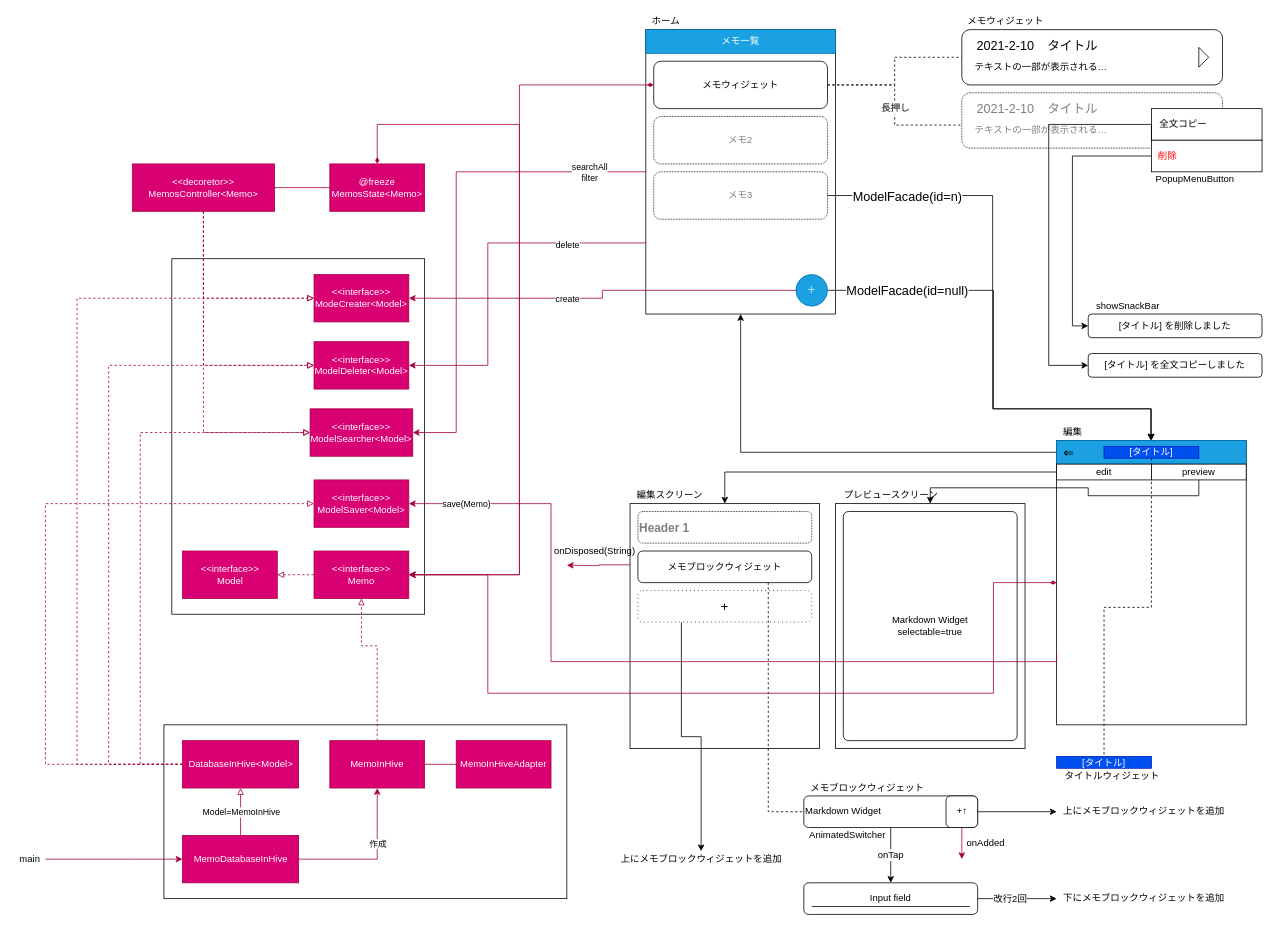
SakumaTakuya/chat_like_markup keeps this draw.io diagram as screen.dio. Above is the earlier version. Source tidied: cells renumbered, new cells numbered last; positions are measured from the earlier drawing's top-left corner, leaving out a move shared by most shapes. Both pictures are drawn from the tidied source at 79%, with x=0, y=0 at pixel (13, 13).
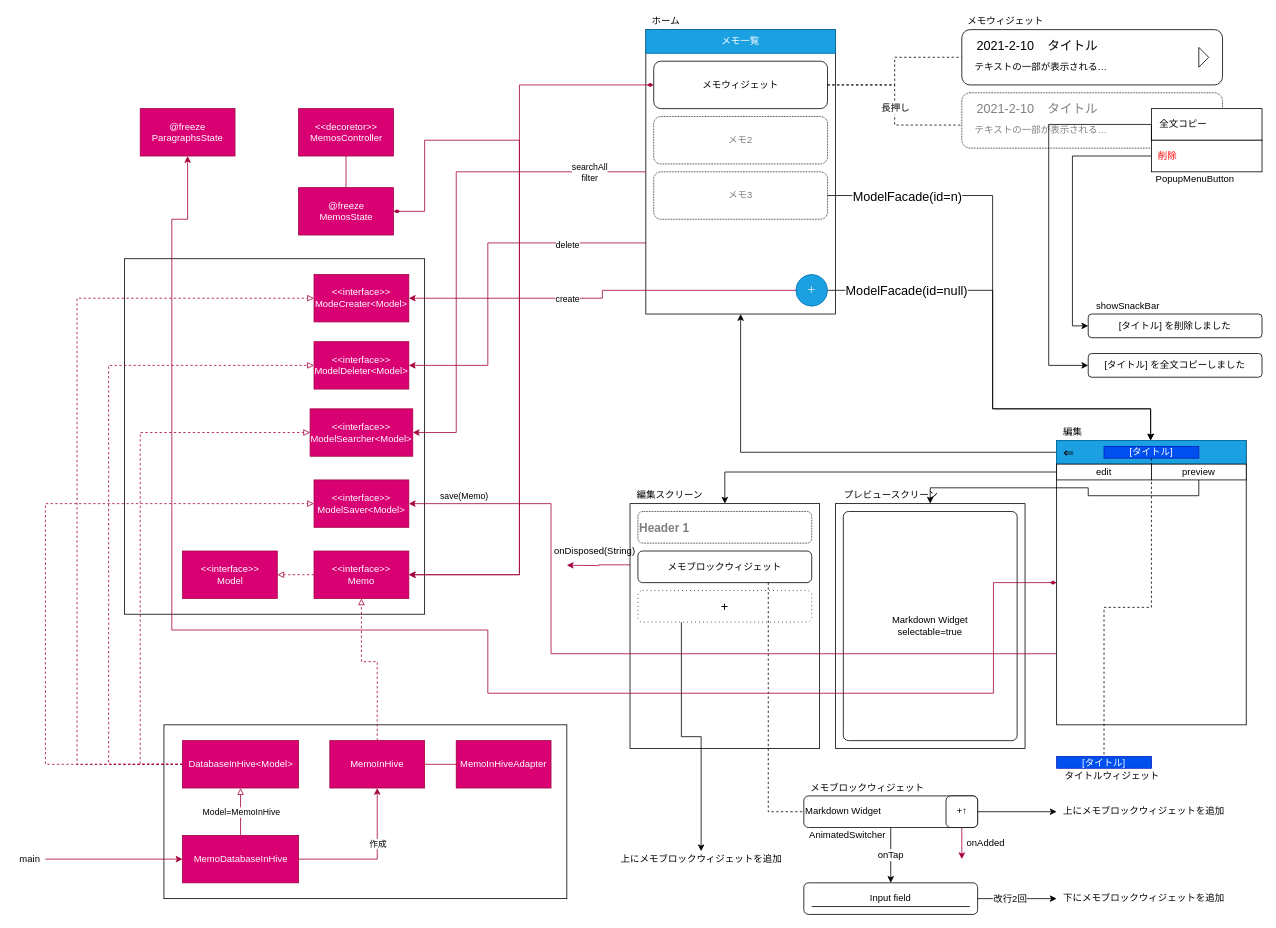
The same page after the edit.

The change refers to these unchanged cells:
```xml
<mxCell id="24" value="＋" style="ellipse;whiteSpace=wrap;html=1;fillColor=#1ba1e2;strokeColor=#006EAF;fontColor=#ffffff;" parent="1" vertex="1">
  <mxGeometry x="990" y="330" width="40" height="40" as="geometry" />
</mxCell>
<mxCell id="45" style="rounded=0;whiteSpace=wrap;html=1;" parent="1" vertex="1">
  <mxGeometry x="1320" y="540" width="240" height="360" as="geometry" />
</mxCell>
<mxCell id="46" style="rounded=0;whiteSpace=wrap;html=1;fillColor=#1ba1e2;strokeColor=#006EAF;fontColor=#ffffff;" parent="1" vertex="1">
  <mxGeometry x="1320" y="540" width="240" height="30" as="geometry" />
</mxCell>
<mxCell id="81" value="&amp;lt;&amp;lt;interface&amp;gt;&amp;gt;&lt;br&gt;Memo" style="rounded=0;whiteSpace=wrap;html=1;fillColor=#d80073;strokeColor=#A50040;fontColor=#ffffff;" parent="1" vertex="1">
  <mxGeometry x="380" y="680" width="120" height="60" as="geometry" />
</mxCell>
<mxCell id="89" value="MemoInHive" style="rounded=0;whiteSpace=wrap;html=1;fillColor=#d80073;strokeColor=#A50040;fontColor=#ffffff;" parent="1" vertex="1">
  <mxGeometry x="400" y="920" width="120" height="60" as="geometry" />
</mxCell>
<mxCell id="93" value="&amp;lt;&amp;lt;interface&amp;gt;&amp;gt;&lt;br&gt;ModelSaver&amp;lt;Model&amp;gt;" style="rounded=0;whiteSpace=wrap;html=1;fillColor=#d80073;strokeColor=#A50040;fontColor=#ffffff;" parent="1" vertex="1">
  <mxGeometry x="380" y="590" width="120" height="60" as="geometry" />
</mxCell>
<mxCell id="94" value="&amp;lt;&amp;lt;interface&amp;gt;&amp;gt;&lt;br&gt;ModelSearcher&amp;lt;Model&amp;gt;" style="rounded=0;whiteSpace=wrap;html=1;fillColor=#d80073;strokeColor=#A50040;fontColor=#ffffff;" parent="1" vertex="1">
  <mxGeometry x="375" y="500" width="130" height="60" as="geometry" />
</mxCell>
<mxCell id="98" value="&amp;lt;&amp;lt;interface&amp;gt;&amp;gt;&lt;br&gt;ModelDeleter&amp;lt;Model&amp;gt;" style="rounded=0;whiteSpace=wrap;html=1;fillColor=#d80073;strokeColor=#A50040;fontColor=#ffffff;" parent="1" vertex="1">
  <mxGeometry x="380" y="415" width="120" height="60" as="geometry" />
</mxCell>
<mxCell id="108" value="&amp;lt;&amp;lt;interface&amp;gt;&amp;gt;&lt;br&gt;ModeCreater&amp;lt;Model&amp;gt;" style="rounded=0;whiteSpace=wrap;html=1;fillColor=#d80073;strokeColor=#A50040;fontColor=#ffffff;" parent="1" vertex="1">
  <mxGeometry x="380" y="330" width="120" height="60" as="geometry" />
</mxCell>
```

Change to the diagram source:
```diff
@@
     <mxCell id="3" style="rounded=0;whiteSpace=wrap;html=1;fillColor=none;" parent="1" vertex="1">
-      <mxGeometry x="200" y="310" width="320" height="450" as="geometry" />
+      <mxGeometry x="140" y="310" width="380" height="450" as="geometry" />
     </mxCell>
@@
-    <mxCell id="22" style="edgeStyle=orthogonalEdgeStyle;rounded=0;jettySize=auto;html=1;exitX=1;exitY=0.5;exitDx=0;exitDy=0;entryX=0.5;entryY=0;entryDx=0;entryDy=0;endArrow=classic;endFill=1;fontSize=16;" parent="1" edge="1" source="24" target="46">
+    <mxCell id="22" style="edgeStyle=orthogonalEdgeStyle;rounded=0;orthogonalLoop=1;jettySize=auto;html=1;exitX=1;exitY=0.5;exitDx=0;exitDy=0;entryX=0.5;entryY=0;entryDx=0;entryDy=0;endArrow=classic;endFill=1;fontSize=16;" parent="1" edge="1">
       <mxGeometry relative="1" as="geometry">
+        <mxPoint x="1029" y="350" as="sourcePoint" />
+        <mxPoint x="1439" y="540" as="targetPoint" />
         <Array as="points">
-          <mxPoint x="1240" y="350" />
-          <mxPoint x="1240" y="500" />
-          <mxPoint x="1440" y="500" />
+          <mxPoint x="1239" y="350" />
+          <mxPoint x="1239" y="500" />
+          <mxPoint x="1439" y="500" />
         </Array>
       </mxGeometry>
     </mxCell>
@@
     <mxCell id="82" style="edgeStyle=orthogonalEdgeStyle;rounded=0;jettySize=auto;html=1;exitX=0;exitY=0.75;exitDx=0;exitDy=0;entryX=1;entryY=0.5;entryDx=0;entryDy=0;startArrow=none;startFill=0;endArrow=classic;endFill=1;fillColor=#d80073;strokeColor=#A50040;" parent="1" edge="1" source="45" target="93">
       <mxGeometry relative="1" as="geometry">
         <Array as="points">
-          <mxPoint x="1320" y="820" />
-          <mxPoint x="680" y="820" />
+          <mxPoint x="680" y="810" />
           <mxPoint x="680" y="620" />
         </Array>
       </mxGeometry>
     </mxCell>
@@
     <mxCell id="87" style="edgeStyle=orthogonalEdgeStyle;rounded=0;jettySize=auto;html=1;exitX=0.5;exitY=0;exitDx=0;exitDy=0;entryX=0.5;entryY=1;entryDx=0;entryDy=0;startArrow=none;startFill=0;endArrow=block;endFill=0;dashed=1;fillColor=#d80073;strokeColor=#A50040;" parent="1" edge="1" source="89" target="81">
       <mxGeometry relative="1" as="geometry">
         <Array as="points">
-          <mxPoint x="460" y="800" />
-          <mxPoint x="440" y="800" />
+          <mxPoint x="460" y="820" />
+          <mxPoint x="440" y="820" />
         </Array>
       </mxGeometry>
     </mxCell>
@@
-    <mxCell id="96" style="edgeStyle=orthogonalEdgeStyle;rounded=0;jettySize=auto;html=1;startArrow=diamondThin;startFill=1;endArrow=classic;endFill=1;fillColor=#d80073;strokeColor=#A50040;exitX=0;exitY=0.5;exitDx=0;exitDy=0;entryX=1;entryY=0.5;entryDx=0;entryDy=0;" parent="1" edge="1" source="45" target="81">
+    <mxCell id="96" style="edgeStyle=orthogonalEdgeStyle;rounded=0;jettySize=auto;html=1;startArrow=diamondThin;startFill=1;endArrow=classic;endFill=1;fillColor=#d80073;strokeColor=#A50040;exitX=0;exitY=0.5;exitDx=0;exitDy=0;entryX=0.5;entryY=1;entryDx=0;entryDy=0;" parent="1" edge="1" source="45" target="119">
       <mxGeometry relative="1" as="geometry">
         <Array as="points">
           <mxPoint x="1240" y="720" />
           <mxPoint x="1240" y="860" />
           <mxPoint x="600" y="860" />
-          <mxPoint x="600" y="710" />
+          <mxPoint x="600" y="780" />
+          <mxPoint x="200" y="780" />
+          <mxPoint x="200" y="260" />
+          <mxPoint x="220" y="260" />
         </Array>
       </mxGeometry>
     </mxCell>
@@
-    <mxCell id="112" style="edgeStyle=orthogonalEdgeStyle;rounded=0;jettySize=auto;html=1;exitX=0.5;exitY=1;exitDx=0;exitDy=0;entryX=0;entryY=0.5;entryDx=0;entryDy=0;dashed=1;endArrow=block;endFill=0;fillColor=#d80073;strokeColor=#A50040;" parent="1" edge="1" source="116" target="108">
-      <mxGeometry relative="1" as="geometry" />
-    </mxCell>
-    <mxCell id="113" style="edgeStyle=orthogonalEdgeStyle;rounded=0;jettySize=auto;html=1;exitX=0.5;exitY=1;exitDx=0;exitDy=0;entryX=0;entryY=0.5;entryDx=0;entryDy=0;dashed=1;endArrow=block;endFill=0;fillColor=#d80073;strokeColor=#A50040;" parent="1" edge="1" source="116" target="98">
-      <mxGeometry relative="1" as="geometry" />
-    </mxCell>
-    <mxCell id="114" style="edgeStyle=orthogonalEdgeStyle;rounded=0;jettySize=auto;html=1;exitX=0.5;exitY=1;exitDx=0;exitDy=0;entryX=0;entryY=0.5;entryDx=0;entryDy=0;dashed=1;endArrow=block;endFill=0;fillColor=#d80073;strokeColor=#A50040;" parent="1" edge="1" source="116" target="94">
-      <mxGeometry relative="1" as="geometry" />
-    </mxCell>
-    <mxCell id="115" style="edgeStyle=orthogonalEdgeStyle;rounded=0;jettySize=auto;html=1;exitX=1;exitY=0.5;exitDx=0;exitDy=0;endArrow=none;endFill=0;fillColor=#d80073;strokeColor=#A50040;" parent="1" edge="1" source="116" target="118">
+    <mxCell id="115" style="edgeStyle=orthogonalEdgeStyle;rounded=0;jettySize=auto;html=1;exitX=0.5;exitY=1;exitDx=0;exitDy=0;endArrow=none;endFill=0;fillColor=#d80073;strokeColor=#A50040;" parent="1" edge="1" source="116" target="118">
       <mxGeometry relative="1" as="geometry" />
     </mxCell>
-    <mxCell id="116" value="&amp;lt;&amp;lt;decoretor&amp;gt;&amp;gt;&lt;br&gt;MemosController&amp;lt;Memo&amp;gt;" style="rounded=0;whiteSpace=wrap;html=1;fillColor=#d80073;strokeColor=#A50040;fontColor=#ffffff;" parent="1" vertex="1">
-      <mxGeometry x="150" y="190" width="180" height="60" as="geometry" />
+    <mxCell id="116" value="&amp;lt;&amp;lt;decoretor&amp;gt;&amp;gt;&lt;br&gt;MemosController" style="rounded=0;whiteSpace=wrap;html=1;fillColor=#d80073;strokeColor=#A50040;fontColor=#ffffff;" parent="1" vertex="1">
+      <mxGeometry x="360.5" y="120" width="120" height="60" as="geometry" />
     </mxCell>
-    <mxCell id="117" style="edgeStyle=orthogonalEdgeStyle;rounded=0;jettySize=auto;html=1;exitX=0.5;exitY=0;exitDx=0;exitDy=0;entryX=1;entryY=0.5;entryDx=0;entryDy=0;endArrow=classic;endFill=1;fillColor=#d80073;strokeColor=#A50040;startArrow=diamondThin;startFill=1;" parent="1" edge="1" source="118" target="81">
+    <mxCell id="117" style="edgeStyle=orthogonalEdgeStyle;rounded=0;jettySize=auto;html=1;exitX=1;exitY=0.5;exitDx=0;exitDy=0;entryX=1;entryY=0.5;entryDx=0;entryDy=0;endArrow=classic;endFill=1;fillColor=#d80073;strokeColor=#A50040;startArrow=diamondThin;startFill=1;" parent="1" edge="1" source="118" target="81">
       <mxGeometry relative="1" as="geometry">
         <Array as="points">
-          <mxPoint x="460" y="140" />
-          <mxPoint x="640" y="140" />
+          <mxPoint x="520" y="250" />
+          <mxPoint x="520" y="160" />
+          <mxPoint x="640" y="160" />
           <mxPoint x="640" y="710" />
         </Array>
       </mxGeometry>
     </mxCell>
-    <mxCell id="118" value="@freeze&lt;br&gt;MemosState&amp;lt;Memo&amp;gt;" style="rounded=0;whiteSpace=wrap;html=1;fillColor=#d80073;strokeColor=#A50040;fontColor=#ffffff;" parent="1" vertex="1">
-      <mxGeometry x="400" y="190" width="120" height="60" as="geometry" />
+    <mxCell id="118" value="@freeze&lt;br&gt;MemosState" style="rounded=0;whiteSpace=wrap;html=1;fillColor=#d80073;strokeColor=#A50040;fontColor=#ffffff;" parent="1" vertex="1">
+      <mxGeometry x="360.5" y="220" width="120" height="60" as="geometry" />
     </mxCell>
+    <mxCell id="119" value="@freeze&lt;br&gt;ParagraphsState" style="rounded=0;whiteSpace=wrap;html=1;fillColor=#d80073;strokeColor=#A50040;fontColor=#ffffff;" parent="1" vertex="1">
+      <mxGeometry x="160" y="120" width="120" height="60" as="geometry" />
+    </mxCell>
```
